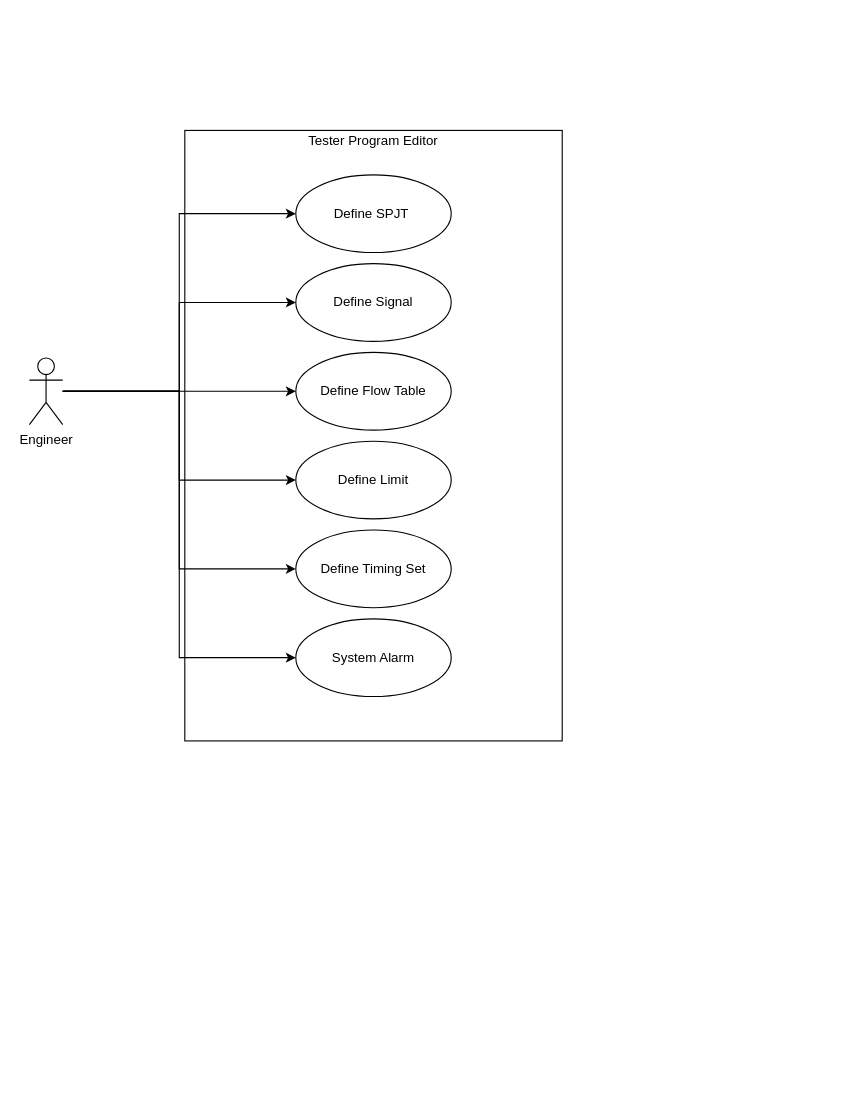
This is page "Test Program Editor" (3 of 10) of SG9KG5/UI Design/Use Case.drawio from Jasson-Chou/Software-Projects, a draw.io file, before an edit. Source tidied: cells renumbered, new cells numbered last; positions are measured from the earlier drawing's top-left corner, leaving out a move shared by most shapes. Both pictures are drawn from the tidied source at 111%, with x=0, y=0 at pixel (29, 130).
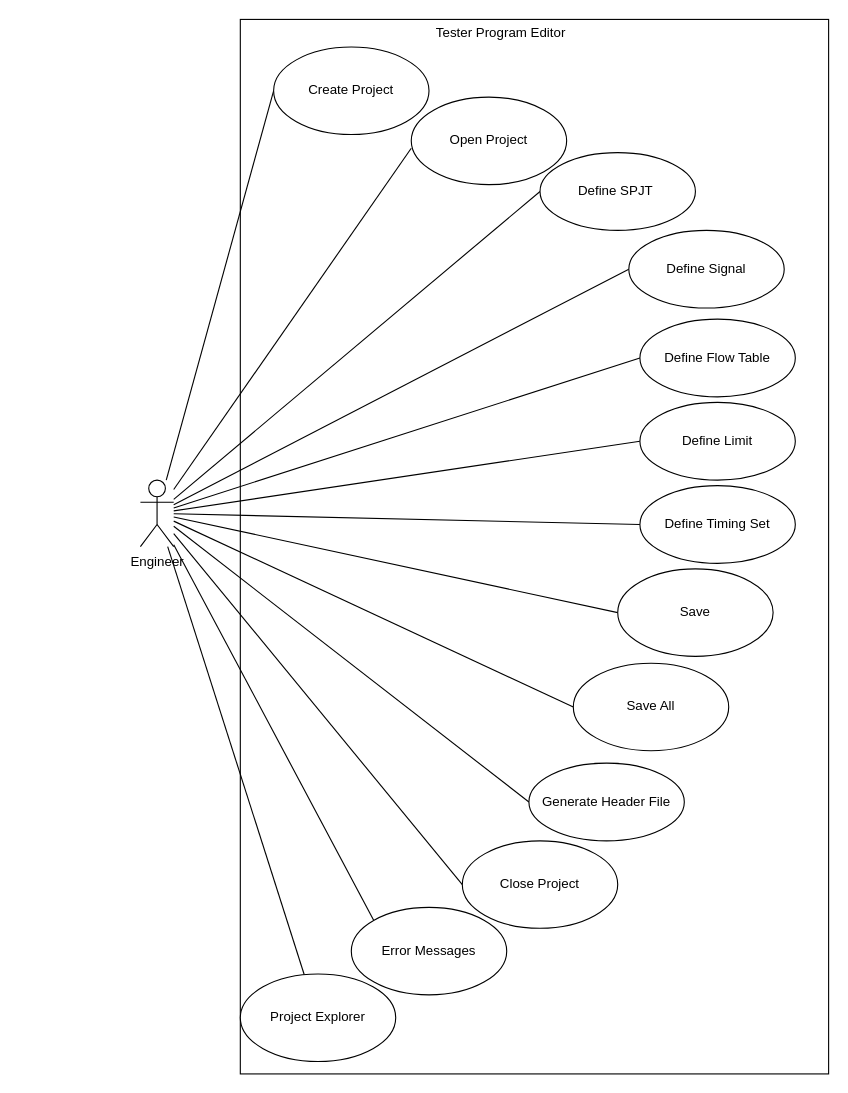
The same page after the edit.

The edit, as a diff of the source:
```diff
@@
+    <mxCell id="3" style="rounded=0;whiteSpace=wrap;html=1;" parent="1" vertex="1">
+      <mxGeometry x="190" y="-100" width="530" height="950" as="geometry" />
+    </mxCell>
+    <mxCell id="17" style="edgeStyle=none;rounded=0;jettySize=auto;html=1;entryX=0;entryY=0.5;entryDx=0;entryDy=0;endArrow=none;endFill=0;" parent="1" edge="1" source="2" target="25">
+      <mxGeometry relative="1" as="geometry" />
+    </mxCell>
+    <mxCell id="18" style="edgeStyle=none;rounded=0;jettySize=auto;html=1;entryX=0;entryY=0.585;entryDx=0;entryDy=0;entryPerimeter=0;endArrow=none;endFill=0;" parent="1" edge="1" source="2" target="26">
+      <mxGeometry relative="1" as="geometry" />
+    </mxCell>
+    <mxCell id="10" style="edgeStyle=none;rounded=0;jettySize=auto;html=1;entryX=0;entryY=0.5;entryDx=0;entryDy=0;endArrow=none;endFill=0;" parent="1" edge="1" source="2" target="5">
+      <mxGeometry relative="1" as="geometry" />
+    </mxCell>
+    <mxCell id="11" style="edgeStyle=none;rounded=0;jettySize=auto;html=1;entryX=0;entryY=0.5;entryDx=0;entryDy=0;endArrow=none;endFill=0;" parent="1" edge="1" source="2" target="6">
+      <mxGeometry relative="1" as="geometry" />
+    </mxCell>
+    <mxCell id="14" style="edgeStyle=none;rounded=0;jettySize=auto;html=1;entryX=0;entryY=0.5;entryDx=0;entryDy=0;endArrow=none;endFill=0;" parent="1" edge="1" source="2" target="7">
+      <mxGeometry relative="1" as="geometry" />
+    </mxCell>
+    <mxCell id="13" style="edgeStyle=none;rounded=0;jettySize=auto;html=1;entryX=0;entryY=0.5;entryDx=0;entryDy=0;endArrow=none;endFill=0;" parent="1" edge="1" source="2" target="8">
+      <mxGeometry relative="1" as="geometry" />
+    </mxCell>
+    <mxCell id="12" style="edgeStyle=none;rounded=0;jettySize=auto;html=1;entryX=0;entryY=0.5;entryDx=0;entryDy=0;endArrow=none;endFill=0;" parent="1" edge="1" source="2" target="9">
+      <mxGeometry relative="1" as="geometry" />
+    </mxCell>
+    <mxCell id="19" style="edgeStyle=none;rounded=0;jettySize=auto;html=1;entryX=0;entryY=0.5;entryDx=0;entryDy=0;endArrow=none;endFill=0;" parent="1" edge="1" source="2" target="28">
+      <mxGeometry relative="1" as="geometry" />
+    </mxCell>
+    <mxCell id="20" style="edgeStyle=none;rounded=0;jettySize=auto;html=1;entryX=0;entryY=0.5;entryDx=0;entryDy=0;endArrow=none;endFill=0;" parent="1" edge="1" source="2" target="29">
+      <mxGeometry relative="1" as="geometry" />
+    </mxCell>
+    <mxCell id="21" style="edgeStyle=none;rounded=0;jettySize=auto;html=1;entryX=0;entryY=0.5;entryDx=0;entryDy=0;endArrow=none;endFill=0;" parent="1" edge="1" source="2" target="30">
+      <mxGeometry relative="1" as="geometry" />
+    </mxCell>
+    <mxCell id="22" style="edgeStyle=none;rounded=0;jettySize=auto;html=1;entryX=0;entryY=0.5;entryDx=0;entryDy=0;endArrow=none;endFill=0;" parent="1" edge="1" source="2" target="27">
+      <mxGeometry relative="1" as="geometry" />
+    </mxCell>
+    <mxCell id="23" style="edgeStyle=none;rounded=0;jettySize=auto;html=1;entryX=0;entryY=0;entryDx=0;entryDy=0;endArrow=none;endFill=0;" parent="1" edge="1" source="2" target="31">
+      <mxGeometry relative="1" as="geometry" />
+    </mxCell>
+    <mxCell id="24" style="edgeStyle=none;rounded=0;jettySize=auto;html=1;endArrow=none;endFill=0;" parent="1" edge="1" source="2" target="32">
+      <mxGeometry relative="1" as="geometry" />
+    </mxCell>
     <mxCell id="2" value="Engineer" style="shape=umlActor;verticalLabelPosition=bottom;verticalAlign=top;html=1;" parent="1" vertex="1">
-      <mxGeometry y="205" width="30" height="60" as="geometry" />
+      <mxGeometry x="100" y="315" width="30" height="60" as="geometry" />
     </mxCell>
-    <mxCell id="3" style="rounded=0;whiteSpace=wrap;html=1;" parent="1" vertex="1">
-      <mxGeometry x="140" width="340" height="550" as="geometry" />
-    </mxCell>
     <mxCell id="4" value="Tester Program Editor" style="text;html=1;strokeColor=none;fillColor=none;align=center;verticalAlign=middle;whiteSpace=wrap;rounded=0;" parent="1" vertex="1">
-      <mxGeometry x="245" width="130" height="20" as="geometry" />
+      <mxGeometry x="360" y="-100" width="130" height="24.9" as="geometry" />
     </mxCell>
+    <mxCell id="25" value="Create Project" style="ellipse;whiteSpace=wrap;html=1;" parent="1" vertex="1">
+      <mxGeometry x="220" y="-75.1" width="140" height="78.8" as="geometry" />
+    </mxCell>
+    <mxCell id="26" value="Open Project" style="ellipse;whiteSpace=wrap;html=1;" parent="1" vertex="1">
+      <mxGeometry x="344" y="-30" width="140" height="78.8" as="geometry" />
+    </mxCell>
+    <mxCell id="27" value="Close Project" style="ellipse;whiteSpace=wrap;html=1;" parent="1" vertex="1">
+      <mxGeometry x="390" y="640" width="140" height="78.8" as="geometry" />
+    </mxCell>
+    <mxCell id="28" value="Save" style="ellipse;whiteSpace=wrap;html=1;" parent="1" vertex="1">
+      <mxGeometry x="530" y="395" width="140" height="78.8" as="geometry" />
+    </mxCell>
+    <mxCell id="29" value="Save All" style="ellipse;whiteSpace=wrap;html=1;" parent="1" vertex="1">
+      <mxGeometry x="490" y="480" width="140" height="78.8" as="geometry" />
+    </mxCell>
     <mxCell id="5" value="Define SPJT&amp;nbsp;" style="ellipse;whiteSpace=wrap;html=1;" parent="1" vertex="1">
-      <mxGeometry x="240" y="40" width="140" height="70" as="geometry" />
+      <mxGeometry x="460" y="20" width="140" height="70" as="geometry" />
     </mxCell>
     <mxCell id="6" value="Define Signal" style="ellipse;whiteSpace=wrap;html=1;" parent="1" vertex="1">
-      <mxGeometry x="240" y="120" width="140" height="70" as="geometry" />
+      <mxGeometry x="540" y="90" width="140" height="70" as="geometry" />
     </mxCell>
     <mxCell id="7" value="Define Flow Table" style="ellipse;whiteSpace=wrap;html=1;" parent="1" vertex="1">
-      <mxGeometry x="240" y="200" width="140" height="70" as="geometry" />
+      <mxGeometry x="550" y="170" width="140" height="70" as="geometry" />
     </mxCell>
     <mxCell id="8" value="Define Limit" style="ellipse;whiteSpace=wrap;html=1;" parent="1" vertex="1">
-      <mxGeometry x="240" y="280" width="140" height="70" as="geometry" />
+      <mxGeometry x="550" y="245" width="140" height="70" as="geometry" />
     </mxCell>
     <mxCell id="9" value="Define Timing Set" style="ellipse;whiteSpace=wrap;html=1;" parent="1" vertex="1">
-      <mxGeometry x="240" y="360" width="140" height="70" as="geometry" />
+      <mxGeometry x="550" y="320" width="140" height="70" as="geometry" />
     </mxCell>
-    <mxCell id="10" style="edgeStyle=orthogonalEdgeStyle;rounded=0;jettySize=auto;html=1;entryX=0;entryY=0.5;entryDx=0;entryDy=0;" parent="1" edge="1" source="2" target="5">
-      <mxGeometry relative="1" as="geometry" />
-    </mxCell>
-    <mxCell id="11" style="edgeStyle=orthogonalEdgeStyle;rounded=0;jettySize=auto;html=1;entryX=0;entryY=0.5;entryDx=0;entryDy=0;" parent="1" edge="1" source="2" target="6">
-      <mxGeometry relative="1" as="geometry" />
-    </mxCell>
-    <mxCell id="12" style="edgeStyle=orthogonalEdgeStyle;rounded=0;jettySize=auto;html=1;entryX=0;entryY=0.5;entryDx=0;entryDy=0;" parent="1" edge="1" source="2" target="9">
-      <mxGeometry relative="1" as="geometry" />
-    </mxCell>
-    <mxCell id="13" style="edgeStyle=orthogonalEdgeStyle;rounded=0;jettySize=auto;html=1;entryX=0;entryY=0.5;entryDx=0;entryDy=0;" parent="1" edge="1" source="2" target="8">
-      <mxGeometry relative="1" as="geometry" />
-    </mxCell>
-    <mxCell id="14" style="edgeStyle=orthogonalEdgeStyle;rounded=0;jettySize=auto;html=1;entryX=0;entryY=0.5;entryDx=0;entryDy=0;" parent="1" edge="1" source="2" target="7">
-      <mxGeometry relative="1" as="geometry" />
-    </mxCell>
-    <mxCell id="15" value="System Alarm" style="ellipse;whiteSpace=wrap;html=1;" parent="1" vertex="1">
-      <mxGeometry x="240" y="440" width="140" height="70" as="geometry" />
-    </mxCell>
-    <mxCell id="16" style="edgeStyle=orthogonalEdgeStyle;rounded=0;jettySize=auto;html=1;entryX=0;entryY=0.5;entryDx=0;entryDy=0;" parent="1" edge="1" source="2" target="15">
-      <mxGeometry relative="1" as="geometry" />
-    </mxCell>
+    <mxCell id="30" value="Generate Header File" style="ellipse;whiteSpace=wrap;html=1;" parent="1" vertex="1">
+      <mxGeometry x="450" y="570" width="140" height="70" as="geometry" />
+    </mxCell>
+    <mxCell id="31" value="Error Messages" style="ellipse;whiteSpace=wrap;html=1;" parent="1" vertex="1">
+      <mxGeometry x="290" y="700" width="140" height="78.8" as="geometry" />
+    </mxCell>
+    <mxCell id="32" value="Project Explorer" style="ellipse;whiteSpace=wrap;html=1;" parent="1" vertex="1">
+      <mxGeometry x="190" y="760" width="140" height="78.8" as="geometry" />
+    </mxCell>
```
